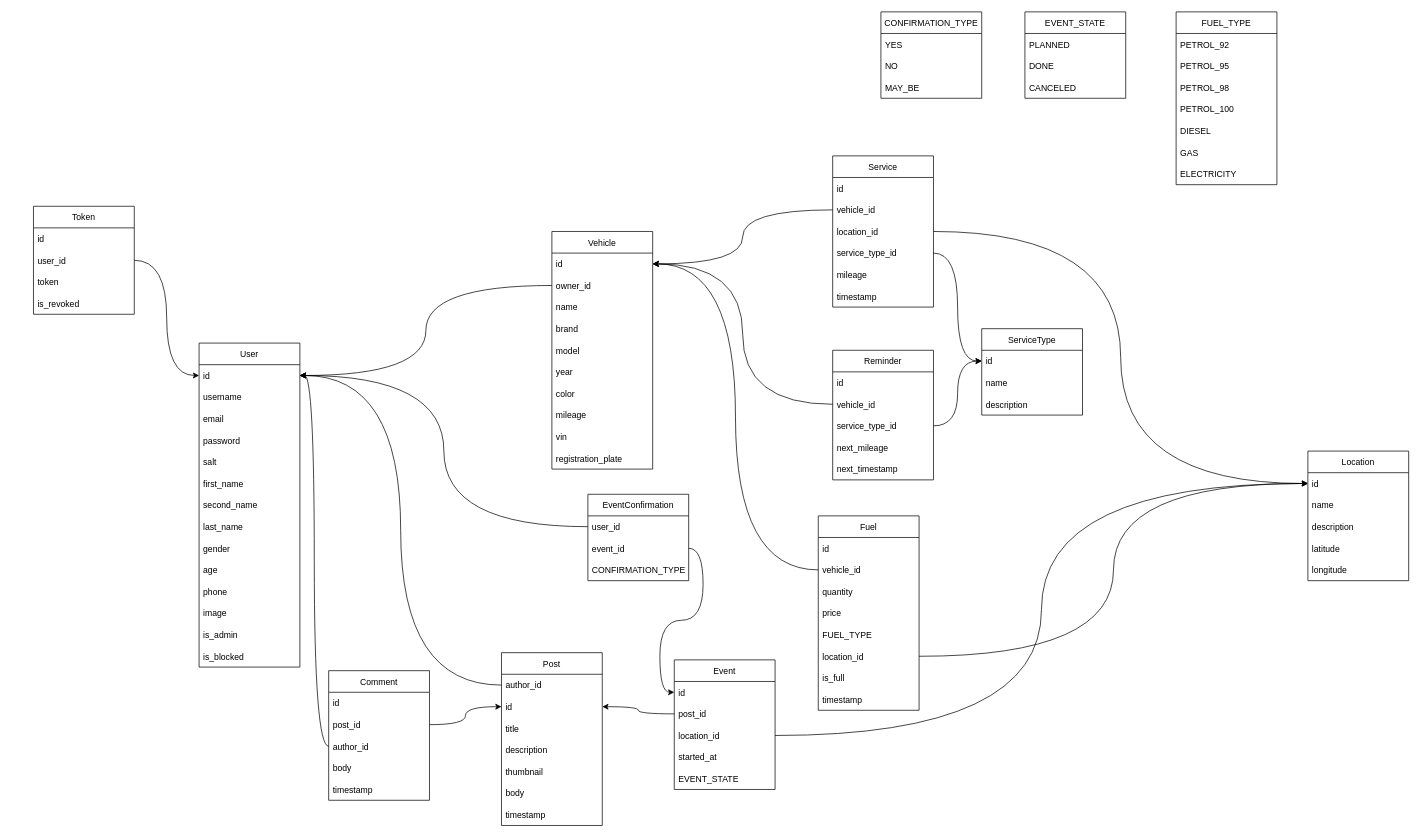
Before: page "Page-1" (1 of 2) of schema.drawio in jadjer/mores, a draw.io diagram. Source tidied: cells renumbered, new cells numbered last; positions are measured from the earlier drawing's top-left corner, leaving out a move shared by most shapes. Both pictures are drawn from the tidied source at 72%, with x=0, y=0 at pixel (33, 12).
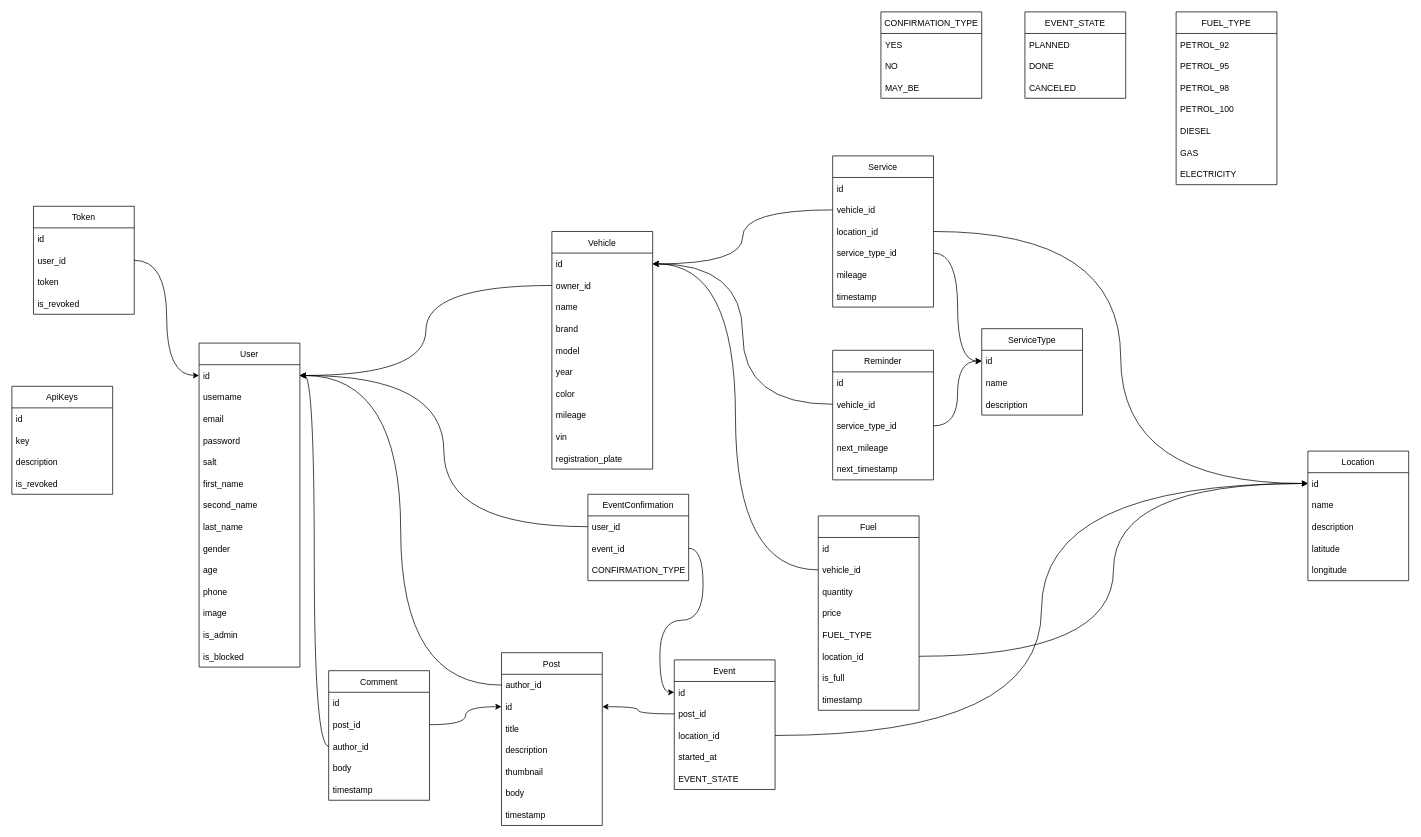
The same diagram, later.

Diff of the diagram source:
```diff
@@
+    <mxCell id="121" value="ApiKeys" style="swimlane;fontStyle=0;horizontal=1;startSize=30;" parent="1" vertex="1">
+      <mxGeometry x="-30" y="520" width="140" height="150" as="geometry" />
+    </mxCell>
+    <mxCell id="122" value="id" style="text;strokeColor=none;fillColor=none;align=left;verticalAlign=middle;spacingLeft=4;spacingRight=4;overflow=hidden;" parent="121" vertex="1">
+      <mxGeometry y="30" width="140" height="30" as="geometry" />
+    </mxCell>
+    <mxCell id="123" value="key" style="text;strokeColor=none;fillColor=none;align=left;verticalAlign=middle;spacingLeft=4;spacingRight=4;overflow=hidden;" parent="121" vertex="1">
+      <mxGeometry y="60" width="140" height="30" as="geometry" />
+    </mxCell>
+    <mxCell id="124" value="description" style="text;strokeColor=none;fillColor=none;align=left;verticalAlign=middle;spacingLeft=4;spacingRight=4;overflow=hidden;" parent="121" vertex="1">
+      <mxGeometry y="90" width="140" height="30" as="geometry" />
+    </mxCell>
+    <mxCell id="125" value="is_revoked" style="text;strokeColor=none;fillColor=none;align=left;verticalAlign=middle;spacingLeft=4;spacingRight=4;overflow=hidden;" parent="121" vertex="1">
+      <mxGeometry y="120" width="140" height="30" as="geometry" />
+    </mxCell>
```
